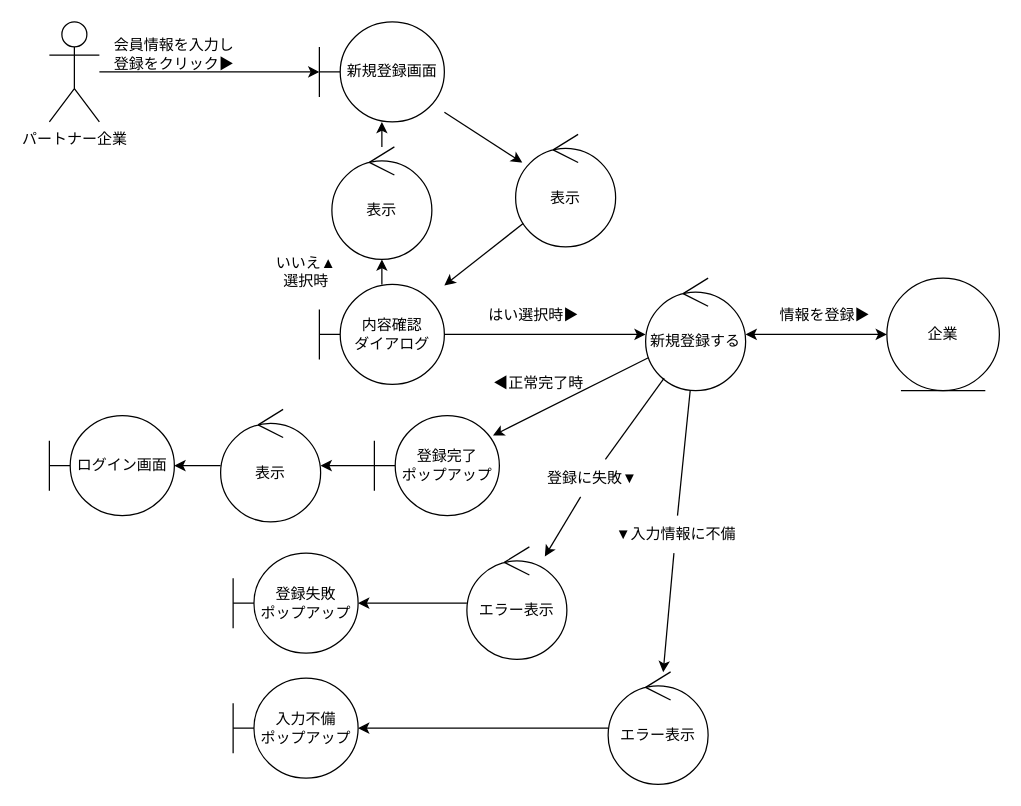
Before: page "新規登録" (1 of 11) of out/ロバストネス図/パートナー企業-ロバストネス図.drawio in ksw2270227/GroupF, a draw.io diagram. Source tidied: cells renumbered, new cells numbered last; positions are measured from the earlier drawing's top-left corner, leaving out a move shared by most shapes. Both pictures are drawn from the tidied source at 125%, with x=0, y=0 at pixel (49, 21).
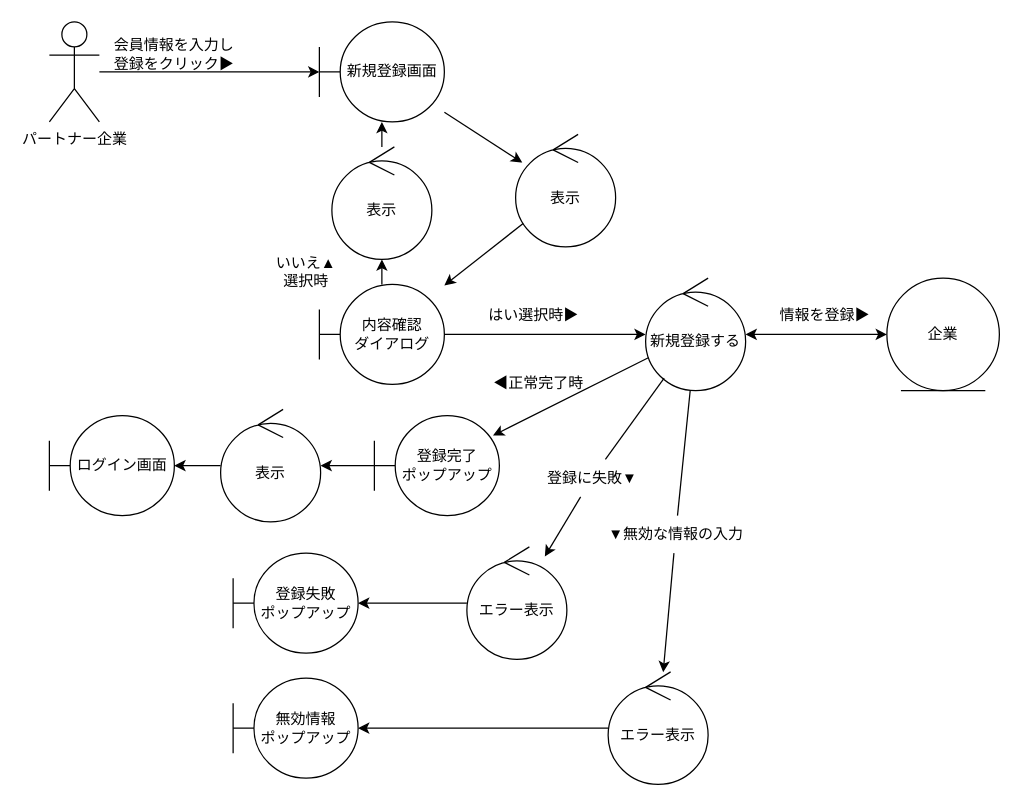
The same diagram, later.

Diff of the diagram source:
```diff
@@
-    <mxCell id="6" value="入力不備&lt;br&gt;ポップアップ" style="shape=umlBoundary;whiteSpace=wrap;html=1;" parent="1" vertex="1">
+    <mxCell id="6" value="無効情報&lt;br&gt;ポップアップ" style="shape=umlBoundary;whiteSpace=wrap;html=1;" parent="1" vertex="1">
       <mxGeometry x="147" y="525" width="100" height="80" as="geometry" />
     </mxCell>
@@
-    <mxCell id="26" value="▼入力情報に不備" style="text;html=1;align=center;verticalAlign=middle;points=[];strokeColor=none;fillColor=none;" parent="1" vertex="1">
-      <mxGeometry x="441" y="395" width="120" height="30" as="geometry" />
+    <mxCell id="26" value="▼無効な情報の入力" style="text;html=1;align=center;verticalAlign=middle;points=[];strokeColor=none;fillColor=none;" parent="1" vertex="1">
+      <mxGeometry x="436" y="395" width="130" height="30" as="geometry" />
     </mxCell>
```
